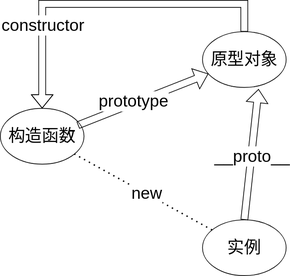
The draw.io diagram es-prototypeObj-constructor-instance.drawio.svg in Linhieng/diagrams, before a commit. Source tidied: cells renumbered, new cells last; positions are measured from the earlier drawing's top-left corner, leaving out a move shared by most shapes.
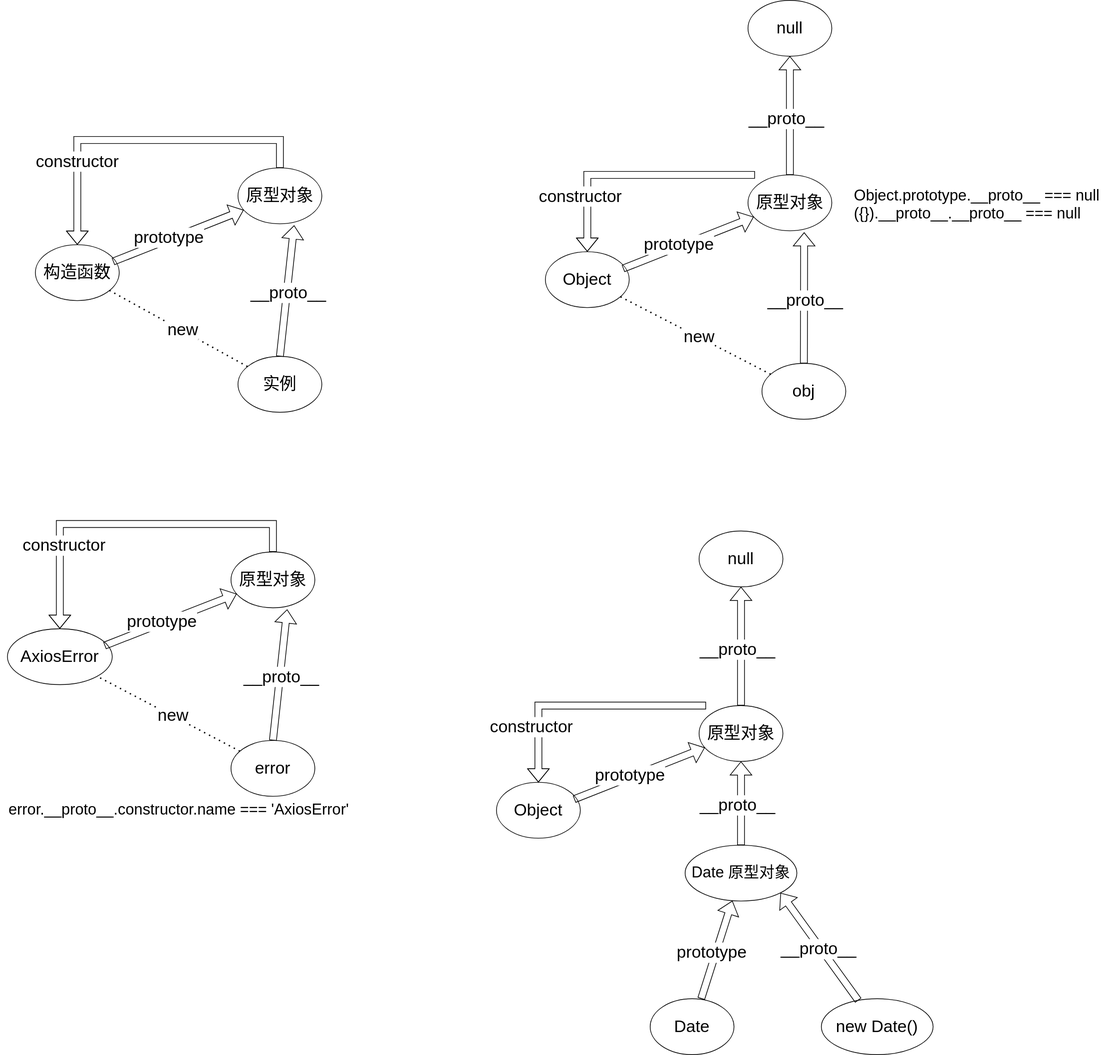
The same file after the commit.

Diff of the diagram source:
```diff
@@ -45,5 +45,182 @@
         <mxPoint x="-36" y="31" as="offset" />
       </mxGeometry>
     </mxCell>
+    <mxCell id="13" value="&lt;font style=&quot;font-size: 24px;&quot;&gt;error&lt;/font&gt;" style="ellipse;whiteSpace=wrap;html=1;" parent="1" vertex="1">
+      <mxGeometry x="280" y="860" width="120" height="80" as="geometry" />
+    </mxCell>
+    <mxCell id="14" value="&lt;font style=&quot;font-size: 24px;&quot;&gt;AxiosError&lt;/font&gt;" style="ellipse;whiteSpace=wrap;html=1;" parent="1" vertex="1">
+      <mxGeometry x="-40" y="700" width="150" height="80" as="geometry" />
+    </mxCell>
+    <mxCell id="15" value="&lt;span style=&quot;font-size: 24px;&quot;&gt;原型对象&lt;/span&gt;" style="ellipse;whiteSpace=wrap;html=1;" parent="1" vertex="1">
+      <mxGeometry x="280" y="590" width="120" height="80" as="geometry" />
+    </mxCell>
+    <mxCell id="16" style="endArrow=none;dashed=1;html=1;dashPattern=1 3;strokeWidth=2;rounded=0;" parent="1" edge="1" source="13" target="14">
+      <mxGeometry relative="1" as="geometry" />
+    </mxCell>
+    <mxCell id="17" value="&lt;font style=&quot;font-size: 24px;&quot;&gt;new&lt;/font&gt;" style="edgeLabel;html=1;align=center;verticalAlign=middle;" parent="16" vertex="1">
+      <mxGeometry x="0.01" y="2" relative="1" as="geometry">
+        <mxPoint x="7" as="offset" />
+      </mxGeometry>
+    </mxCell>
+    <mxCell id="18" style="shape=flexArrow;endArrow=classic;html=1;rounded=0;exitX=0.927;exitY=0.302;exitDx=0;exitDy=0;exitPerimeter=0;" parent="1" edge="1" source="14" target="15">
+      <mxGeometry relative="1" as="geometry" />
+    </mxCell>
+    <mxCell id="19" value="&lt;span style=&quot;font-size: 24px;&quot;&gt;prototype&lt;/span&gt;" style="edgeLabel;html=1;align=center;verticalAlign=middle;" parent="18" vertex="1">
+      <mxGeometry x="-0.07" y="-2" relative="1" as="geometry">
+        <mxPoint x="-8" y="-2" as="offset" />
+      </mxGeometry>
+    </mxCell>
+    <mxCell id="20" style="shape=flexArrow;endArrow=classic;html=1;rounded=0;exitX=0.5;exitY=0;exitDx=0;exitDy=0;entryX=0.67;entryY=1.028;entryDx=0;entryDy=0;entryPerimeter=0;" parent="1" edge="1" source="13" target="15">
+      <mxGeometry relative="1" as="geometry" />
+    </mxCell>
+    <mxCell id="21" value="&lt;font style=&quot;font-size: 24px;&quot;&gt;__proto__&lt;/font&gt;" style="edgeLabel;html=1;align=center;verticalAlign=middle;" parent="20" vertex="1">
+      <mxGeometry x="-0.03" y="-1" relative="1" as="geometry" />
+    </mxCell>
+    <mxCell id="22" style="edgeStyle=elbowEdgeStyle;elbow=horizontal;endArrow=classic;html=1;curved=0;rounded=0;exitX=0.5;exitY=0;exitDx=0;exitDy=0;entryX=0.5;entryY=0;entryDx=0;entryDy=0;shape=flexArrow;" parent="1" edge="1" source="15" target="14">
+      <mxGeometry relative="1" as="geometry">
+        <Array as="points">
+          <mxPoint x="50" y="550" />
+        </Array>
+      </mxGeometry>
+    </mxCell>
+    <mxCell id="23" value="&lt;span style=&quot;font-size: 24px;&quot;&gt;constructor&lt;/span&gt;" style="edgeLabel;html=1;align=center;verticalAlign=middle;" parent="22" vertex="1">
+      <mxGeometry x="0.23" y="-1" relative="1" as="geometry">
+        <mxPoint x="-36" y="31" as="offset" />
+      </mxGeometry>
+    </mxCell>
+    <mxCell id="24" value="&lt;font style=&quot;font-size: 22px;&quot;&gt;error.__proto__.constructor.name === 'AxiosError'&lt;/font&gt;" style="text;html=1;align=center;verticalAlign=middle;strokeColor=none;fillColor=none;" parent="1" vertex="1">
+      <mxGeometry x="-50" y="940" width="510" height="40" as="geometry" />
+    </mxCell>
+    <mxCell id="25" value="&lt;font style=&quot;font-size: 24px;&quot;&gt;obj&lt;/font&gt;" style="ellipse;whiteSpace=wrap;html=1;" parent="1" vertex="1">
+      <mxGeometry x="1040" y="320" width="120" height="80" as="geometry" />
+    </mxCell>
+    <mxCell id="26" value="&lt;font style=&quot;font-size: 24px;&quot;&gt;Object&lt;/font&gt;" style="ellipse;whiteSpace=wrap;html=1;" parent="1" vertex="1">
+      <mxGeometry x="730" y="160" width="120" height="80" as="geometry" />
+    </mxCell>
+    <mxCell id="27" value="&lt;span style=&quot;font-size: 24px;&quot;&gt;原型对象&lt;/span&gt;" style="ellipse;whiteSpace=wrap;html=1;" parent="1" vertex="1">
+      <mxGeometry x="1020" y="50" width="120" height="80" as="geometry" />
+    </mxCell>
+    <mxCell id="28" style="endArrow=none;dashed=1;html=1;dashPattern=1 3;strokeWidth=2;rounded=0;" parent="1" edge="1" source="25" target="26">
+      <mxGeometry relative="1" as="geometry" />
+    </mxCell>
+    <mxCell id="29" value="&lt;font style=&quot;font-size: 24px;&quot;&gt;new&lt;/font&gt;" style="edgeLabel;html=1;align=center;verticalAlign=middle;" parent="28" vertex="1">
+      <mxGeometry x="0.01" y="2" relative="1" as="geometry">
+        <mxPoint x="7" as="offset" />
+      </mxGeometry>
+    </mxCell>
+    <mxCell id="30" style="shape=flexArrow;endArrow=classic;html=1;rounded=0;exitX=0.927;exitY=0.302;exitDx=0;exitDy=0;exitPerimeter=0;" parent="1" edge="1" source="26" target="27">
+      <mxGeometry relative="1" as="geometry" />
+    </mxCell>
+    <mxCell id="31" value="&lt;span style=&quot;font-size: 24px;&quot;&gt;prototype&lt;/span&gt;" style="edgeLabel;html=1;align=center;verticalAlign=middle;" parent="30" vertex="1">
+      <mxGeometry x="-0.07" y="-2" relative="1" as="geometry">
+        <mxPoint x="-8" y="-2" as="offset" />
+      </mxGeometry>
+    </mxCell>
+    <mxCell id="32" style="shape=flexArrow;endArrow=classic;html=1;rounded=0;exitX=0.5;exitY=0;exitDx=0;exitDy=0;entryX=0.67;entryY=1.028;entryDx=0;entryDy=0;entryPerimeter=0;" parent="1" edge="1" source="25" target="27">
+      <mxGeometry relative="1" as="geometry" />
+    </mxCell>
+    <mxCell id="33" value="&lt;font style=&quot;font-size: 24px;&quot;&gt;__proto__&lt;/font&gt;" style="edgeLabel;html=1;align=center;verticalAlign=middle;" parent="32" vertex="1">
+      <mxGeometry x="-0.03" y="-1" relative="1" as="geometry" />
+    </mxCell>
+    <mxCell id="34" style="edgeStyle=elbowEdgeStyle;elbow=horizontal;endArrow=classic;html=1;curved=0;rounded=0;entryX=0.5;entryY=0;entryDx=0;entryDy=0;shape=flexArrow;" parent="1" edge="1" target="26">
+      <mxGeometry relative="1" as="geometry">
+        <mxPoint x="1030" y="50" as="sourcePoint" />
+        <Array as="points">
+          <mxPoint x="790" y="80" />
+        </Array>
+      </mxGeometry>
+    </mxCell>
+    <mxCell id="35" value="&lt;span style=&quot;font-size: 24px;&quot;&gt;constructor&lt;/span&gt;" style="edgeLabel;html=1;align=center;verticalAlign=middle;" parent="34" vertex="1">
+      <mxGeometry x="0.23" y="-1" relative="1" as="geometry">
+        <mxPoint x="-36" y="31" as="offset" />
+      </mxGeometry>
+    </mxCell>
+    <mxCell id="36" value="&lt;span style=&quot;font-size: 24px;&quot;&gt;null&lt;/span&gt;" style="ellipse;whiteSpace=wrap;html=1;" parent="1" vertex="1">
+      <mxGeometry x="1020" y="-200" width="120" height="80" as="geometry" />
+    </mxCell>
+    <mxCell id="37" style="shape=flexArrow;endArrow=classic;html=1;rounded=0;" parent="1" edge="1" source="27" target="36">
+      <mxGeometry relative="1" as="geometry" />
+    </mxCell>
+    <mxCell id="38" value="&lt;span style=&quot;font-size: 24px;&quot;&gt;__proto__&lt;/span&gt;" style="edgeLabel;html=1;align=center;verticalAlign=middle;" parent="37" vertex="1">
+      <mxGeometry x="-0.07" y="-2" relative="1" as="geometry">
+        <mxPoint x="-8" y="-2" as="offset" />
+      </mxGeometry>
+    </mxCell>
+    <mxCell id="39" value="Object.prototype.__proto__ === null&#10;({}).__proto__.__proto__ === null&#10;&#10;" style="text;whiteSpace=wrap;fontSize=22;" parent="1" vertex="1">
+      <mxGeometry x="1170" y="60" width="380" height="40" as="geometry" />
+    </mxCell>
+    <mxCell id="40" value="&lt;span style=&quot;font-size: 24px;&quot;&gt;Date&lt;/span&gt;" style="ellipse;whiteSpace=wrap;html=1;" parent="1" vertex="1">
+      <mxGeometry x="880" y="1230" width="120" height="80" as="geometry" />
+    </mxCell>
+    <mxCell id="41" value="&lt;font style=&quot;font-size: 24px;&quot;&gt;Object&lt;/font&gt;" style="ellipse;whiteSpace=wrap;html=1;" parent="1" vertex="1">
+      <mxGeometry x="660" y="920" width="120" height="80" as="geometry" />
+    </mxCell>
+    <mxCell id="42" value="&lt;span style=&quot;font-size: 24px;&quot;&gt;原型对象&lt;/span&gt;" style="ellipse;whiteSpace=wrap;html=1;" parent="1" vertex="1">
+      <mxGeometry x="950" y="810" width="120" height="80" as="geometry" />
+    </mxCell>
+    <mxCell id="43" style="shape=flexArrow;endArrow=classic;html=1;rounded=0;exitX=0.927;exitY=0.302;exitDx=0;exitDy=0;exitPerimeter=0;" parent="1" edge="1" source="41" target="42">
+      <mxGeometry relative="1" as="geometry" />
+    </mxCell>
+    <mxCell id="44" value="&lt;span style=&quot;font-size: 24px;&quot;&gt;prototype&lt;/span&gt;" style="edgeLabel;html=1;align=center;verticalAlign=middle;" parent="43" vertex="1">
+      <mxGeometry x="-0.07" y="-2" relative="1" as="geometry">
+        <mxPoint x="-8" y="-2" as="offset" />
+      </mxGeometry>
+    </mxCell>
+    <mxCell id="45" style="edgeStyle=elbowEdgeStyle;elbow=horizontal;endArrow=classic;html=1;curved=0;rounded=0;entryX=0.5;entryY=0;entryDx=0;entryDy=0;shape=flexArrow;" parent="1" edge="1" target="41">
+      <mxGeometry relative="1" as="geometry">
+        <mxPoint x="960" y="810" as="sourcePoint" />
+        <Array as="points">
+          <mxPoint x="720" y="840" />
+        </Array>
+      </mxGeometry>
+    </mxCell>
+    <mxCell id="46" value="&lt;span style=&quot;font-size: 24px;&quot;&gt;constructor&lt;/span&gt;" style="edgeLabel;html=1;align=center;verticalAlign=middle;" parent="45" vertex="1">
+      <mxGeometry x="0.23" y="-1" relative="1" as="geometry">
+        <mxPoint x="-36" y="31" as="offset" />
+      </mxGeometry>
+    </mxCell>
+    <mxCell id="47" value="&lt;span style=&quot;font-size: 24px;&quot;&gt;null&lt;/span&gt;" style="ellipse;whiteSpace=wrap;html=1;" parent="1" vertex="1">
+      <mxGeometry x="950" y="560" width="120" height="80" as="geometry" />
+    </mxCell>
+    <mxCell id="48" style="shape=flexArrow;endArrow=classic;html=1;rounded=0;" parent="1" edge="1" source="42" target="47">
+      <mxGeometry relative="1" as="geometry" />
+    </mxCell>
+    <mxCell id="49" value="&lt;span style=&quot;font-size: 24px;&quot;&gt;__proto__&lt;/span&gt;" style="edgeLabel;html=1;align=center;verticalAlign=middle;" parent="48" vertex="1">
+      <mxGeometry x="-0.07" y="-2" relative="1" as="geometry">
+        <mxPoint x="-8" y="-2" as="offset" />
+      </mxGeometry>
+    </mxCell>
+    <mxCell id="50" value="&lt;font style=&quot;font-size: 24px;&quot;&gt;new Date()&lt;/font&gt;" style="ellipse;whiteSpace=wrap;html=1;" parent="1" vertex="1">
+      <mxGeometry x="1125" y="1230" width="160" height="80" as="geometry" />
+    </mxCell>
+    <mxCell id="51" value="&lt;font style=&quot;font-size: 22px;&quot;&gt;Date 原型对象&lt;/font&gt;" style="ellipse;whiteSpace=wrap;html=1;" parent="1" vertex="1">
+      <mxGeometry x="930" y="1010" width="160" height="80" as="geometry" />
+    </mxCell>
+    <mxCell id="52" style="shape=flexArrow;endArrow=classic;html=1;rounded=0;exitX=0.927;exitY=0.302;exitDx=0;exitDy=0;exitPerimeter=0;" parent="1" edge="1" target="51">
+      <mxGeometry relative="1" as="geometry">
+        <mxPoint x="953" y="1230" as="sourcePoint" />
+      </mxGeometry>
+    </mxCell>
+    <mxCell id="53" value="&lt;span style=&quot;font-size: 24px;&quot;&gt;prototype&lt;/span&gt;" style="edgeLabel;html=1;align=center;verticalAlign=middle;" parent="52" vertex="1">
+      <mxGeometry x="-0.07" y="-2" relative="1" as="geometry">
+        <mxPoint x="-8" y="-2" as="offset" />
+      </mxGeometry>
+    </mxCell>
+    <mxCell id="54" style="shape=flexArrow;endArrow=classic;html=1;rounded=0;entryX=0.5;entryY=1;entryDx=0;entryDy=0;" parent="1" edge="1" source="51" target="42">
+      <mxGeometry relative="1" as="geometry" />
+    </mxCell>
+    <mxCell id="55" value="&lt;span style=&quot;font-size: 24px;&quot;&gt;__proto__&lt;/span&gt;" style="edgeLabel;html=1;align=center;verticalAlign=middle;" parent="54" vertex="1">
+      <mxGeometry x="-0.07" y="-2" relative="1" as="geometry">
+        <mxPoint x="-8" y="-2" as="offset" />
+      </mxGeometry>
+    </mxCell>
+    <mxCell id="56" style="shape=flexArrow;endArrow=classic;html=1;rounded=0;entryX=1;entryY=1;entryDx=0;entryDy=0;" parent="1" edge="1" source="50" target="51">
+      <mxGeometry relative="1" as="geometry" />
+    </mxCell>
+    <mxCell id="57" value="&lt;span style=&quot;font-size: 24px;&quot;&gt;__proto__&lt;/span&gt;" style="edgeLabel;html=1;align=center;verticalAlign=middle;" parent="56" vertex="1">
+      <mxGeometry x="-0.07" y="-2" relative="1" as="geometry">
+        <mxPoint x="-8" y="-2" as="offset" />
+      </mxGeometry>
+    </mxCell>
   </root>
 </mxGraphModel>
```
